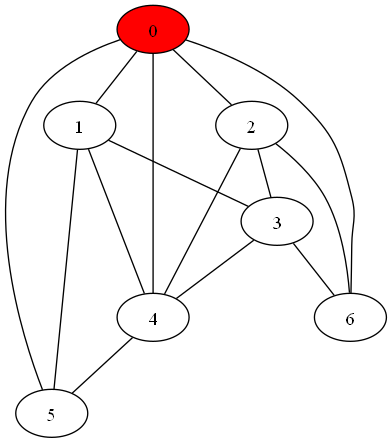
Before: vkr/vkr/exampleGraph.png, a diagram exported from Graphviz (brimst0ne/vkr). Its source is kept beside it as vkr/vkr/exampleGraph.gv.
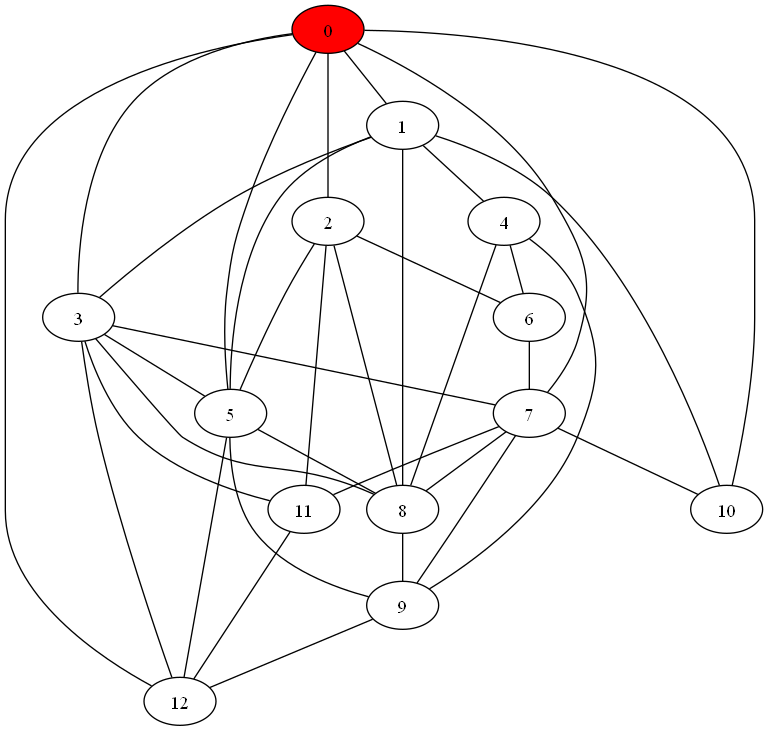
After the change.

Change to the diagram source:
```diff
@@ -6,19 +6,46 @@
 	4;
 	5;
 	6;
+	7;
+	8;
+	9;
+	10;
+	11;
+	12;
 	0 -- 1;
 	0 -- 2;
-	0 -- 4;
+	0 -- 3;
 	0 -- 5;
-	0 -- 6;
+	0 -- 7;
+	0 -- 10;
+	0 -- 12;
 	1 -- 3;
 	1 -- 4;
 	1 -- 5;
-	2 -- 3;
-	2 -- 4;
+	1 -- 8;
+	1 -- 10;
+	2 -- 5;
 	2 -- 6;
-	3 -- 4;
-	3 -- 6;
-	4 -- 5;
+	2 -- 8;
+	2 -- 11;
+	3 -- 5;
+	3 -- 7;
+	3 -- 8;
+	3 -- 11;
+	3 -- 12;
+	4 -- 6;
+	4 -- 8;
+	4 -- 9;
+	5 -- 8;
+	5 -- 9;
+	5 -- 12;
+	6 -- 7;
+	7 -- 8;
+	7 -- 9;
+	7 -- 10;
+	7 -- 11;
+	8 -- 9;
+	9 -- 12;
+	11 -- 12;
     0 [style=filled, fillcolor=red];
 }
```
